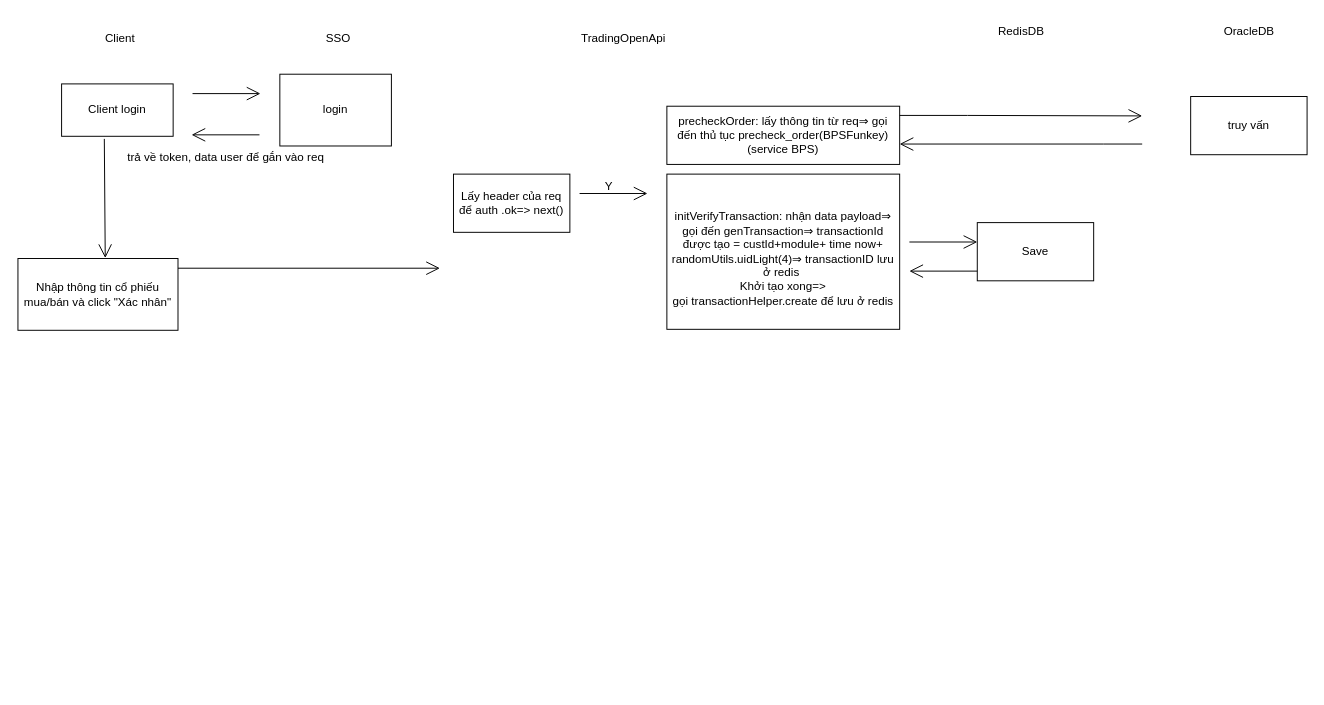
TaiDang268/DB keeps this draw.io diagram as Biểu đồ không có tiêu đề.drawio. Above is the earlier version. Source tidied: cells renumbered, new cells numbered last; positions are measured from the earlier drawing's top-left corner, leaving out a move shared by most shapes. Both pictures are drawn from the tidied source at 97%, with x=0, y=0 at pixel (17, 16).
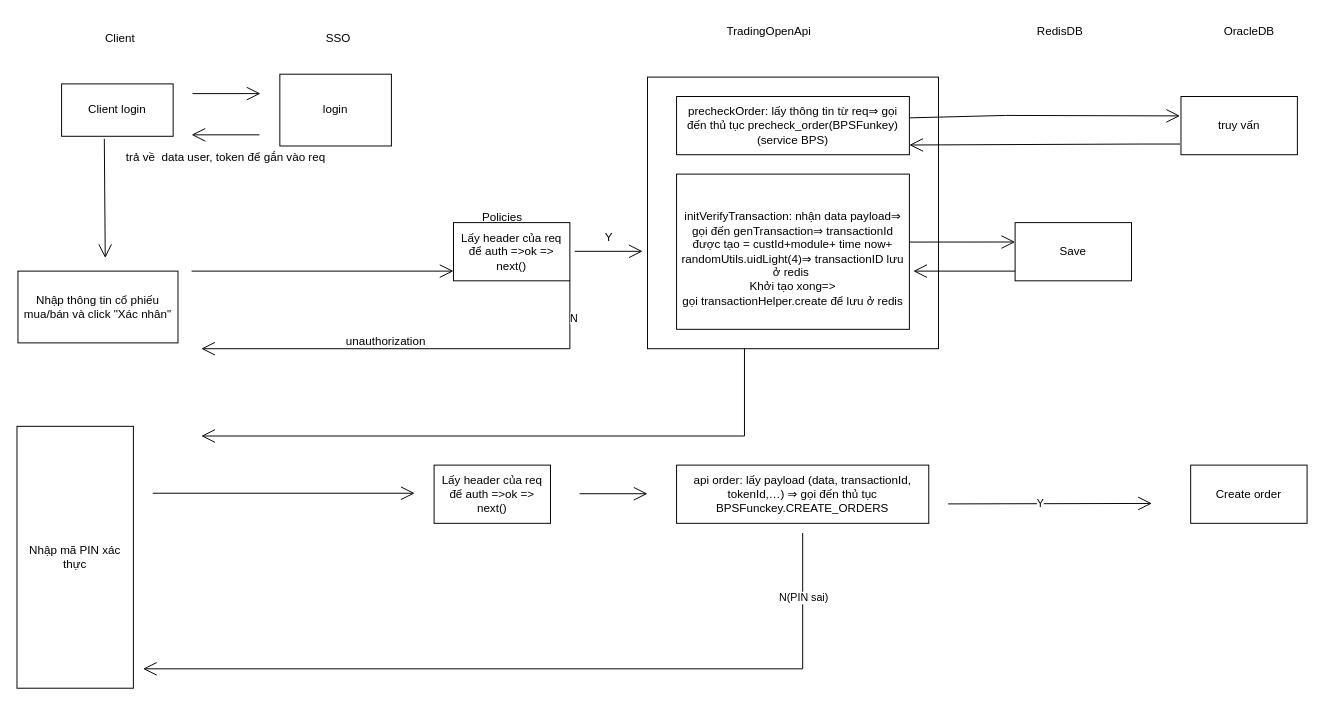
The same diagram, later.

Commit message:
Cập nhật Biểu đồ không có tiêu đề.drawio

What changed in the source:
```diff
@@
     <mxCell id="3" value="TradingOpenApi" style="text;html=1;align=center;verticalAlign=middle;strokeColor=none;fillColor=none;" parent="1" vertex="1">
-      <mxGeometry x="569" y="7" width="110" height="30" as="geometry" />
+      <mxGeometry x="719" width="110" height="30" as="geometry" />
     </mxCell>
-    <mxCell id="4" value="RedisDB" style="text;html=1;align=center;verticalAlign=middle;strokeColor=none;fillColor=none;" parent="1" vertex="1">
-      <mxGeometry x="999" width="70" height="30" as="geometry" />
+    <mxCell id="4" value="RedisDB" style="text;html=1;align=center;verticalAlign=middle;strokeColor=none;fillColor=none;rounded=1;" parent="1" vertex="1">
+      <mxGeometry x="1039" width="70" height="30" as="geometry" />
     </mxCell>
@@
     <mxCell id="6" value="Nhập thông tin cổ phiếu mua/bán và click &quot;Xác nhân&quot;" style="rounded=0;whiteSpace=wrap;html=1;" parent="1" vertex="1">
-      <mxGeometry y="249" width="165" height="74" as="geometry" />
+      <mxGeometry y="262" width="165" height="74" as="geometry" />
     </mxCell>
-    <mxCell id="7" value="&lt;br&gt;initVerifyTransaction: nhận data payload⇒ gọi đến genTransaction⇒ transactionId được tạo = custId+module+ time now+ randomUtils.uidLight(4)⇒ transactionID lưu ở redis&amp;nbsp;&lt;br&gt;&lt;div&gt;Khởi tạo xong=&amp;gt; gọi&amp;nbsp;&lt;span style=&quot;background-color: initial;&quot;&gt;transactionHelper.create để lưu ở redis&lt;/span&gt;&lt;/div&gt;" style="whiteSpace=wrap;html=1;fillStyle=auto;gradientColor=none;fillColor=default;strokeColor=default;" parent="1" vertex="1">
-      <mxGeometry x="669" y="162" width="240" height="160" as="geometry" />
+    <mxCell id="7" style="whiteSpace=wrap;html=1;fillStyle=auto;gradientColor=none;fillColor=default;strokeColor=default;" parent="1" vertex="1">
+      <mxGeometry x="649" y="62" width="300" height="280" as="geometry" />
     </mxCell>
     <mxCell id="8" value="truy vấn" style="rounded=0;whiteSpace=wrap;html=1;" parent="1" vertex="1">
-      <mxGeometry x="1209" y="82" width="120" height="60" as="geometry" />
+      <mxGeometry x="1199" y="82" width="120" height="60" as="geometry" />
     </mxCell>
-    <mxCell id="9" value="precheckOrder: lấy thông tin từ req⇒ gọi đến thủ tục precheck_order(BPSFunkey) (service BPS)" style="rounded=0;whiteSpace=wrap;html=1;" parent="1" vertex="1">
-      <mxGeometry x="669" y="92" width="240" height="60" as="geometry" />
-    </mxCell>
-    <mxCell id="10" style="endArrow=open;endFill=1;endSize=12;html=1;rounded=0;exitX=1;exitY=0.5;exitDx=0;exitDy=0;" parent="1" edge="1">
+    <mxCell id="10" style="endArrow=open;endFill=1;endSize=12;html=1;rounded=0;exitX=1;exitY=0.367;exitDx=0;exitDy=0;exitPerimeter=0;" parent="1" edge="1" source="9">
       <mxGeometry relative="1" as="geometry">
-        <mxPoint x="909" y="101.5" as="sourcePoint" />
-        <mxPoint x="1159" y="102" as="targetPoint" />
+        <mxPoint x="1198" y="102" as="targetPoint" />
         <Array as="points">
-          <mxPoint x="979" y="101.5" />
+          <mxPoint x="1018" y="101.5" />
         </Array>
       </mxGeometry>
     </mxCell>
-    <mxCell id="11" style="endArrow=open;endFill=1;endSize=12;html=1;rounded=0;" parent="1" edge="1">
+    <mxCell id="11" style="endArrow=open;endFill=1;endSize=12;html=1;rounded=0;entryX=1;entryY=0.833;entryDx=0;entryDy=0;entryPerimeter=0;" parent="1" edge="1" target="9">
       <mxGeometry relative="1" as="geometry">
-        <mxPoint x="1159" y="131" as="sourcePoint" />
-        <mxPoint x="909" y="131" as="targetPoint" />
+        <mxPoint x="1198" y="131" as="sourcePoint" />
         <Array as="points">
-          <mxPoint x="1119" y="131" />
+          <mxPoint x="1158" y="131" />
         </Array>
       </mxGeometry>
     </mxCell>
     <mxCell id="12" value="Save" style="rounded=0;whiteSpace=wrap;html=1;" parent="1" vertex="1">
-      <mxGeometry x="989" y="212" width="120" height="60" as="geometry" />
+      <mxGeometry x="1028" y="212" width="120" height="60" as="geometry" />
     </mxCell>
-    <mxCell id="13" style="endArrow=open;endFill=1;endSize=12;html=1;rounded=0;exitX=1;exitY=0.5;exitDx=0;exitDy=0;" parent="1" edge="1">
+    <mxCell id="13" style="endArrow=open;endFill=1;endSize=12;html=1;rounded=0;exitX=0.958;exitY=0.438;exitDx=0;exitDy=0;exitPerimeter=0;" parent="1" edge="1" source="32">
       <mxGeometry relative="1" as="geometry">
-        <mxPoint x="919" y="232" as="sourcePoint" />
-        <mxPoint x="989" y="232" as="targetPoint" />
+        <mxPoint x="1028" y="232" as="targetPoint" />
         <Array as="points">
-          <mxPoint x="989" y="232" />
+          <mxPoint x="1028" y="232" />
         </Array>
       </mxGeometry>
     </mxCell>
-    <mxCell id="14" style="endArrow=open;endFill=1;endSize=12;html=1;rounded=0;" parent="1" edge="1">
+    <mxCell id="14" style="endArrow=open;endFill=1;endSize=12;html=1;rounded=0;entryX=1.017;entryY=0.625;entryDx=0;entryDy=0;entryPerimeter=0;" parent="1" edge="1" target="32">
       <mxGeometry relative="1" as="geometry">
-        <mxPoint x="989" y="262" as="sourcePoint" />
-        <mxPoint x="919" y="262" as="targetPoint" />
+        <mxPoint x="1028" y="262" as="sourcePoint" />
         <Array as="points">
-          <mxPoint x="989" y="262" />
+          <mxPoint x="1028" y="262" />
         </Array>
       </mxGeometry>
     </mxCell>
@@
-    <mxCell id="20" value="trả về token, data user để gắn vào req" style="text;html=1;align=center;verticalAlign=middle;strokeColor=none;fillColor=none;" parent="1" vertex="1">
+    <mxCell id="20" value="trả về&amp;nbsp; data user, token để gắn vào req" style="text;html=1;align=center;verticalAlign=middle;strokeColor=none;fillColor=none;" parent="1" vertex="1">
       <mxGeometry x="99" y="130" width="230" height="30" as="geometry" />
     </mxCell>
@@
     <mxCell id="22" style="endArrow=open;endFill=1;endSize=12;html=1;rounded=0;" parent="1" edge="1">
       <mxGeometry relative="1" as="geometry">
-        <mxPoint x="165" y="259" as="sourcePoint" />
-        <mxPoint x="435" y="259" as="targetPoint" />
+        <mxPoint x="179" y="262" as="sourcePoint" />
+        <mxPoint x="449" y="262" as="targetPoint" />
         <Array as="points">
-          <mxPoint x="435" y="259" />
+          <mxPoint x="449" y="262" />
         </Array>
       </mxGeometry>
     </mxCell>
-    <mxCell id="23" value="Lấy header của req để auth .ok=&amp;gt; next()" style="rounded=0;whiteSpace=wrap;html=1;" parent="1" vertex="1">
-      <mxGeometry x="449" y="162" width="120" height="60" as="geometry" />
+    <mxCell id="23" value="Lấy header của req để auth =&amp;gt;ok =&amp;gt; next()" style="rounded=0;whiteSpace=wrap;html=1;" parent="1" vertex="1">
+      <mxGeometry x="449" y="212" width="120" height="60" as="geometry" />
     </mxCell>
     <mxCell id="24" style="endArrow=open;endFill=1;endSize=12;html=1;rounded=0;exitX=1;exitY=0.5;exitDx=0;exitDy=0;" parent="1" edge="1">
       <mxGeometry relative="1" as="geometry">
-        <mxPoint x="579" y="182" as="sourcePoint" />
-        <mxPoint x="649" y="182" as="targetPoint" />
+        <mxPoint x="574" y="241.6" as="sourcePoint" />
+        <mxPoint x="644" y="241.6" as="targetPoint" />
         <Array as="points">
-          <mxPoint x="649" y="182" />
+          <mxPoint x="644" y="241.6" />
         </Array>
       </mxGeometry>
     </mxCell>
     <mxCell id="25" value="Y" style="text;html=1;align=center;verticalAlign=middle;strokeColor=none;fillColor=none;" parent="1" vertex="1">
-      <mxGeometry x="594" y="160" width="30" height="30" as="geometry" />
+      <mxGeometry x="594" y="212" width="30" height="30" as="geometry" />
     </mxCell>
+    <mxCell id="26" value="Policies" style="text;html=1;align=center;verticalAlign=middle;strokeColor=none;fillColor=none;" parent="1" vertex="1">
+      <mxGeometry x="469" y="192" width="60" height="30" as="geometry" />
+    </mxCell>
+    <mxCell id="27" style="endArrow=open;endFill=1;endSize=12;html=1;rounded=0;" parent="1" edge="1">
+      <mxGeometry relative="1" as="geometry">
+        <mxPoint x="569" y="272" as="sourcePoint" />
+        <mxPoint x="189" y="342" as="targetPoint" />
+        <Array as="points">
+          <mxPoint x="569" y="342" />
+        </Array>
+      </mxGeometry>
+    </mxCell>
+    <mxCell id="28" value="N" style="edgeLabel;html=1;align=center;verticalAlign=middle;" parent="27" vertex="1">
+      <mxGeometry x="-0.83" y="3" relative="1" as="geometry" />
+    </mxCell>
+    <mxCell id="29" value="unauthorization" style="text;html=1;align=center;verticalAlign=middle;strokeColor=none;fillColor=none;" parent="1" vertex="1">
+      <mxGeometry x="324" y="320" width="110" height="30" as="geometry" />
+    </mxCell>
+    <mxCell id="30" style="endArrow=open;endFill=1;endSize=12;html=1;rounded=0;" parent="1" edge="1">
+      <mxGeometry relative="1" as="geometry">
+        <mxPoint x="749" y="342" as="sourcePoint" />
+        <mxPoint x="189" y="432" as="targetPoint" />
+        <Array as="points">
+          <mxPoint x="749" y="432" />
+        </Array>
+      </mxGeometry>
+    </mxCell>
+    <mxCell id="31" value="Nhập mã PIN xác thực" style="rounded=0;whiteSpace=wrap;html=1;" parent="1" vertex="1">
+      <mxGeometry x="-1" y="422" width="120" height="270" as="geometry" />
+    </mxCell>
+    <mxCell id="32" value="&lt;br&gt;initVerifyTransaction: nhận data payload⇒ gọi đến genTransaction⇒ transactionId được tạo = custId+module+ time now+ randomUtils.uidLight(4)⇒ transactionID lưu ở redis&amp;nbsp;&lt;br&gt;&lt;div&gt;Khởi tạo xong=&amp;gt; gọi&amp;nbsp;&lt;span style=&quot;background-color: initial;&quot;&gt;transactionHelper.create để lưu ở redis&lt;/span&gt;&lt;/div&gt;" style="whiteSpace=wrap;html=1;fillStyle=auto;gradientColor=none;fillColor=default;strokeColor=default;" parent="1" vertex="1">
+      <mxGeometry x="679" y="162" width="240" height="160" as="geometry" />
+    </mxCell>
+    <mxCell id="9" value="precheckOrder: lấy thông tin từ req⇒ gọi đến thủ tục precheck_order(BPSFunkey) (service BPS)" style="rounded=0;whiteSpace=wrap;html=1;" parent="1" vertex="1">
+      <mxGeometry x="679" y="82" width="240" height="60" as="geometry" />
+    </mxCell>
+    <mxCell id="33" style="endArrow=open;endFill=1;endSize=12;html=1;rounded=0;" parent="1" edge="1">
+      <mxGeometry relative="1" as="geometry">
+        <mxPoint x="139" y="491" as="sourcePoint" />
+        <mxPoint x="409" y="491" as="targetPoint" />
+        <Array as="points">
+          <mxPoint x="409" y="491" />
+        </Array>
+      </mxGeometry>
+    </mxCell>
+    <mxCell id="34" value="Lấy header của req để auth =&amp;gt;ok =&amp;gt; next()" style="rounded=0;whiteSpace=wrap;html=1;" parent="1" vertex="1">
+      <mxGeometry x="429" y="462" width="120" height="60" as="geometry" />
+    </mxCell>
+    <mxCell id="35" style="endArrow=open;endFill=1;endSize=12;html=1;rounded=0;exitX=1;exitY=0.5;exitDx=0;exitDy=0;" parent="1" edge="1">
+      <mxGeometry relative="1" as="geometry">
+        <mxPoint x="579" y="491.5" as="sourcePoint" />
+        <mxPoint x="649" y="491.5" as="targetPoint" />
+        <Array as="points">
+          <mxPoint x="649" y="491.5" />
+        </Array>
+      </mxGeometry>
+    </mxCell>
+    <mxCell id="36" value="api order: lấy payload (data, transactionId, tokenId,…) ⇒ gọi đến thủ tục BPSFunckey.CREATE_ORDERS" style="rounded=0;whiteSpace=wrap;html=1;" parent="1" vertex="1">
+      <mxGeometry x="679" y="462" width="260" height="60" as="geometry" />
+    </mxCell>
+    <mxCell id="37" value="Create order" style="rounded=0;whiteSpace=wrap;html=1;" parent="1" vertex="1">
+      <mxGeometry x="1209" y="462" width="120" height="60" as="geometry" />
+    </mxCell>
+    <mxCell id="38" style="endArrow=open;endFill=1;endSize=12;html=1;rounded=0;" parent="1" edge="1">
+      <mxGeometry relative="1" as="geometry">
+        <mxPoint x="959" y="502" as="sourcePoint" />
+        <mxPoint x="1169" y="501.5" as="targetPoint" />
+        <Array as="points">
+          <mxPoint x="1169" y="501.5" />
+        </Array>
+      </mxGeometry>
+    </mxCell>
+    <mxCell id="39" value="Y" style="edgeLabel;html=1;align=center;verticalAlign=middle;" parent="38" vertex="1">
+      <mxGeometry x="-0.1" relative="1" as="geometry" />
+    </mxCell>
+    <mxCell id="40" style="endArrow=open;endFill=1;endSize=12;html=1;rounded=0;" parent="1" edge="1">
+      <mxGeometry relative="1" as="geometry">
+        <mxPoint x="809" y="532" as="sourcePoint" />
+        <mxPoint x="129" y="672" as="targetPoint" />
+        <Array as="points">
+          <mxPoint x="809" y="672" />
+        </Array>
+      </mxGeometry>
+    </mxCell>
+    <mxCell id="41" value="N(PIN sai)" style="edgeLabel;html=1;align=center;verticalAlign=middle;" parent="40" vertex="1">
+      <mxGeometry x="-0.84" relative="1" as="geometry" />
+    </mxCell>
```
